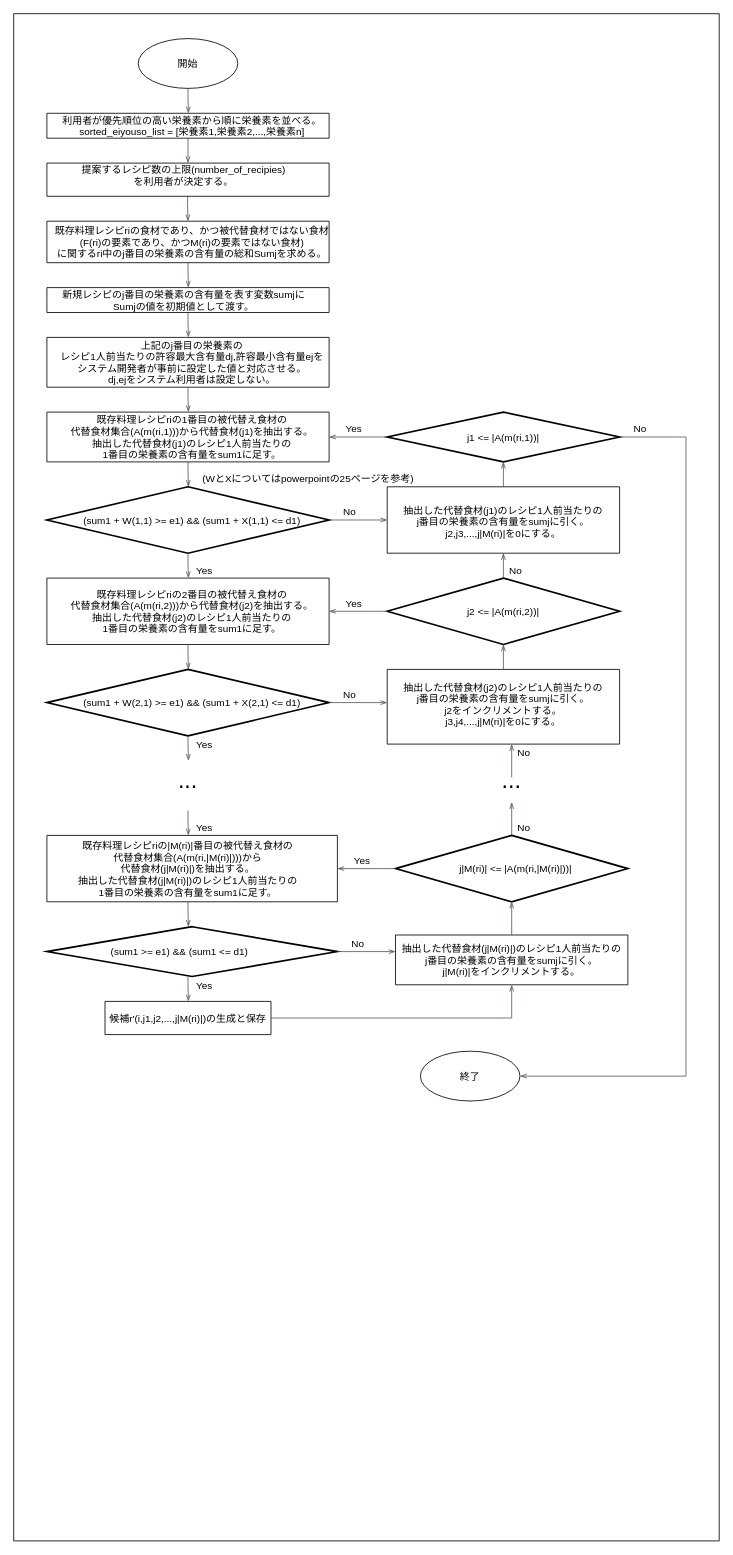
Above: 変更後のフロー図.drawio in jokertennis/github-flow-practice (draw.io), before the change. Source tidied: cells renumbered, new cells numbered last; positions are measured from the earlier drawing's top-left corner, leaving out a move shared by most shapes. Both pictures are drawn from the tidied source at 83%, with x=0, y=0 at pixel (13, 13).
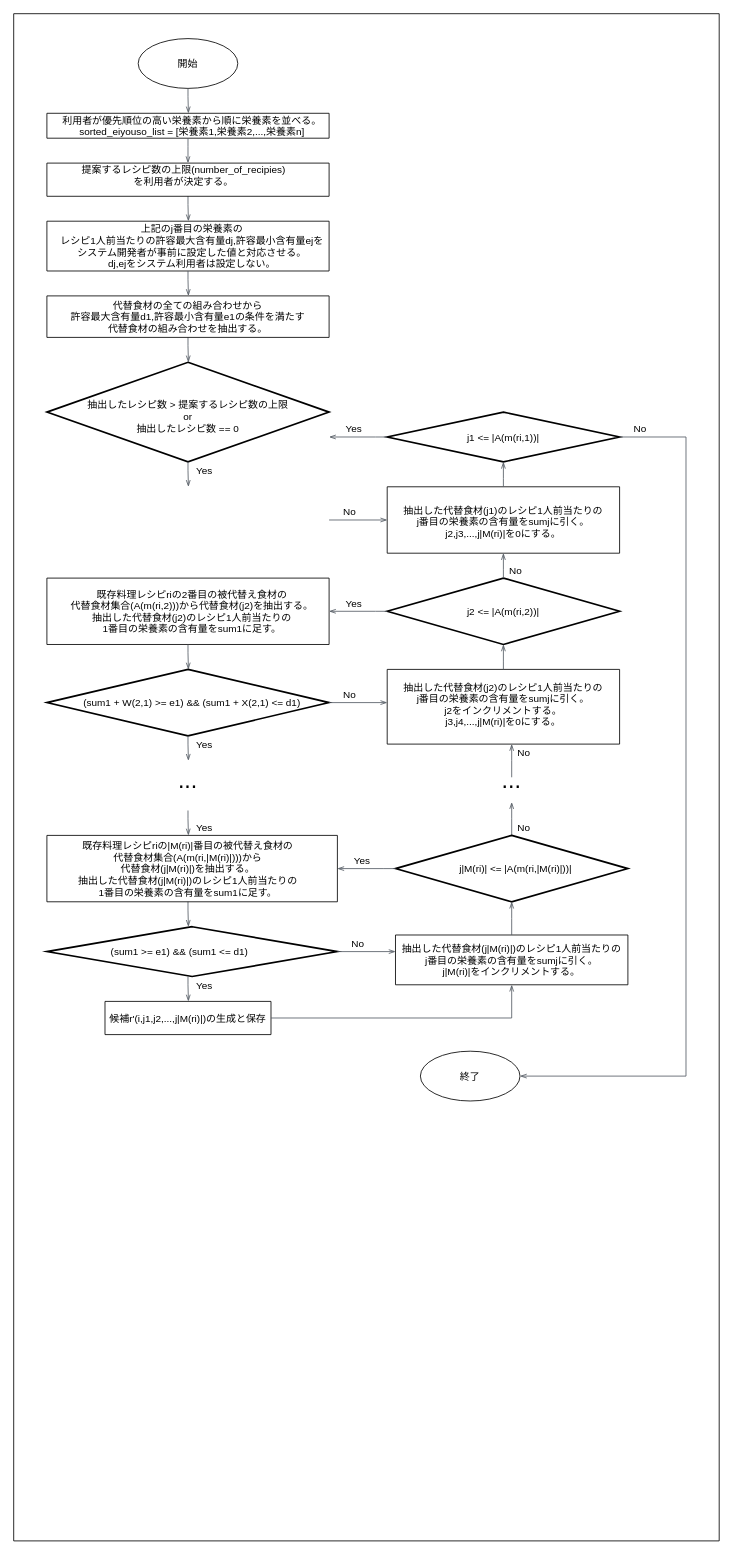
The same page after the edit.

Commit message:
Update 変更後のフロー図.drawio

Diff of the diagram source:
```diff
@@
-    <mxCell id="5" style="edgeStyle=orthogonalEdgeStyle;html=1;endArrow=openThin;elbow=vertical;startArrow=none;endFill=0;strokeColor=#545B64;rounded=0;" parent="1" edge="1">
-      <mxGeometry relative="1" as="geometry">
-        <mxPoint x="209.5" y="220" as="sourcePoint" />
-        <mxPoint x="210" y="250" as="targetPoint" />
-        <Array as="points">
-          <mxPoint x="210" y="230" />
-          <mxPoint x="210" y="230" />
-        </Array>
-      </mxGeometry>
-    </mxCell>
-    <mxCell id="6" style="verticalLabelPosition=bottom;verticalAlign=top;html=1;shape=mxgraph.basic.rect;fillColor2=none;strokeWidth=1;size=20;indent=5;rounded=0;labelBackgroundColor=#ffffff;sketch=0;fillColor=none;labelBorderColor=none;" parent="1" vertex="1">
-      <mxGeometry x="40" y="250" width="340" height="50" as="geometry" />
-    </mxCell>
-    <mxCell id="7" value="既存料理レシピriの食材であり、かつ被代替食材ではない食材&#10;(F(ri)の要素であり、かつM(ri)の要素ではない食材)&#10;に関するri中のj番目の栄養素の含有量の総和Sumjを求める。" style="text;align=center;verticalAlign=middle;" parent="1" vertex="1">
-      <mxGeometry x="40" y="250" width="350" height="50" as="geometry" />
-    </mxCell>
     <mxCell id="8" style="edgeStyle=orthogonalEdgeStyle;html=1;endArrow=openThin;elbow=vertical;startArrow=none;endFill=0;strokeColor=#545B64;rounded=0;" parent="1" edge="1">
       <mxGeometry relative="1" as="geometry">
-        <mxPoint x="210" y="540" as="sourcePoint" />
-        <mxPoint x="210.5" y="570" as="targetPoint" />
+        <mxPoint x="210" y="390" as="sourcePoint" />
+        <mxPoint x="210.5" y="420" as="targetPoint" />
         <Array as="points">
-          <mxPoint x="210" y="550" />
-          <mxPoint x="210" y="550" />
+          <mxPoint x="210" y="400" />
+          <mxPoint x="210" y="400" />
         </Array>
       </mxGeometry>
     </mxCell>
     <mxCell id="9" value="上記のj番目の栄養素の&#10;レシピ1人前当たりの許容最大含有量dj,許容最小含有量ejを&#10;システム開発者が事前に設定した値と対応させる。&#10;dj,ejをシステム利用者は設定しない。" style="text;align=center;verticalAlign=middle;" parent="1" vertex="1">
-      <mxGeometry x="50" y="390" width="330" height="60" as="geometry" />
+      <mxGeometry x="50" y="250" width="330" height="60" as="geometry" />
     </mxCell>
     <mxCell id="10" style="verticalLabelPosition=bottom;verticalAlign=top;html=1;shape=mxgraph.basic.rect;fillColor2=none;strokeWidth=1;size=20;indent=5;rounded=0;labelBackgroundColor=#ffffff;sketch=0;fillColor=none;labelBorderColor=none;" parent="1" vertex="1">
-      <mxGeometry x="40" y="390" width="340" height="60" as="geometry" />
+      <mxGeometry x="40" y="250" width="340" height="60" as="geometry" />
     </mxCell>
-    <mxCell id="11" value="新規レシピのj番目の栄養素の含有量を表す変数sumjに&#10;Sumjの値を初期値として渡す。" style="text;align=center;verticalAlign=middle;" parent="1" vertex="1">
-      <mxGeometry x="50" y="330" width="310" height="30" as="geometry" />
-    </mxCell>
-    <mxCell id="12" value="既存料理レシピriの1番目の被代替え食材の&#10;代替食材集合(A(m(ri,1)))から代替食材(j1)を抽出する。&#10;抽出した代替食材(j1)のレシピ1人前当たりの&#10;1番目の栄養素の含有量をsum1に足す。" style="text;align=center;verticalAlign=middle;" parent="1" vertex="1">
-      <mxGeometry x="60" y="480" width="310" height="60" as="geometry" />
+    <mxCell id="12" value="代替食材の全ての組み合わせから&#10;許容最大含有量d1,許容最小含有量e1の条件を満たす&#10;代替食材の組み合わせを抽出する。" style="text;align=center;verticalAlign=middle;" parent="1" vertex="1">
+      <mxGeometry x="60" y="340" width="300" height="50" as="geometry" />
     </mxCell>
     <mxCell id="13" style="verticalLabelPosition=bottom;verticalAlign=top;html=1;shape=mxgraph.basic.rect;fillColor2=none;strokeWidth=1;size=20;indent=5;rounded=0;labelBackgroundColor=#ffffff;sketch=0;fillColor=none;labelBorderColor=none;" parent="1" vertex="1">
-      <mxGeometry x="40" y="480" width="340" height="60" as="geometry" />
+      <mxGeometry x="40" y="340" width="340" height="50" as="geometry" />
     </mxCell>
     <mxCell id="14" style="strokeWidth=2;html=1;shape=mxgraph.flowchart.decision;whiteSpace=wrap;rounded=0;labelBackgroundColor=#ffffff;sketch=0;fillColor=none;" parent="1" vertex="1">
-      <mxGeometry x="40" y="570" width="340" height="80" as="geometry" />
+      <mxGeometry x="40" y="420" width="340" height="120" as="geometry" />
     </mxCell>
-    <mxCell id="15" value="(sum1 + W(1,1) &gt;= e1) &amp;&amp; (sum1 + X(1,1) &lt;= d1)" style="text;align=center;verticalAlign=middle;" parent="1" vertex="1">
-      <mxGeometry x="75" y="600" width="280" height="20" as="geometry" />
+    <mxCell id="15" value="抽出したレシピ数 &gt; 提案するレシピ数の上限&#10;or&#10;抽出したレシピ数 == 0" style="text;align=center;verticalAlign=middle;" parent="1" vertex="1">
+      <mxGeometry x="80" y="460" width="260" height="50" as="geometry" />
     </mxCell>
     <mxCell id="16" style="edgeStyle=orthogonalEdgeStyle;html=1;endArrow=openThin;elbow=vertical;startArrow=none;endFill=0;strokeColor=#545B64;rounded=0;" parent="1" edge="1">
       <mxGeometry relative="1" as="geometry">
-        <mxPoint x="210" y="650" as="sourcePoint" />
-        <mxPoint x="210.5" y="680" as="targetPoint" />
+        <mxPoint x="210" y="540" as="sourcePoint" />
+        <mxPoint x="210.5" y="570" as="targetPoint" />
         <Array as="points">
-          <mxPoint x="210" y="660" />
-          <mxPoint x="210" y="660" />
+          <mxPoint x="210" y="550" />
+          <mxPoint x="210" y="550" />
         </Array>
       </mxGeometry>
     </mxCell>
@@
-    <mxCell id="44" style="edgeStyle=orthogonalEdgeStyle;html=1;endArrow=openThin;elbow=vertical;startArrow=none;endFill=0;strokeColor=#545B64;rounded=0;" parent="1" edge="1">
-      <mxGeometry relative="1" as="geometry">
-        <mxPoint x="210" y="360" as="sourcePoint" />
-        <mxPoint x="210.5" y="390" as="targetPoint" />
-        <Array as="points">
-          <mxPoint x="210.5" y="370" />
-          <mxPoint x="210.5" y="370" />
-        </Array>
-      </mxGeometry>
-    </mxCell>
-    <mxCell id="45" value="(WとXについてはpowerpointの25ページを参考)" style="text;align=center;verticalAlign=middle;fontSize=12;" parent="1" vertex="1">
-      <mxGeometry x="220" y="550" width="270" height="20" as="geometry" />
-    </mxCell>
@@
     <mxCell id="51" value="Yes" style="text;align=center;verticalAlign=middle;fontSize=12;" parent="1" vertex="1">
-      <mxGeometry x="210" y="660" width="40" height="20" as="geometry" />
+      <mxGeometry x="210" y="540" width="40" height="20" as="geometry" />
     </mxCell>
@@
-    <mxCell id="81" style="verticalLabelPosition=bottom;verticalAlign=top;html=1;shape=mxgraph.basic.rect;fillColor2=none;strokeWidth=1;size=20;indent=5;rounded=0;labelBackgroundColor=#ffffff;sketch=0;fillColor=none;labelBorderColor=none;" parent="1" vertex="1">
-      <mxGeometry x="40" y="330" width="340" height="30" as="geometry" />
-    </mxCell>
@@
     <mxCell id="83" style="edgeStyle=orthogonalEdgeStyle;html=1;endArrow=openThin;elbow=vertical;startArrow=none;endFill=0;strokeColor=#545B64;rounded=0;" parent="1" edge="1">
       <mxGeometry relative="1" as="geometry">
-        <mxPoint x="210" y="300" as="sourcePoint" />
-        <mxPoint x="210.5" y="330" as="targetPoint" />
+        <mxPoint x="210" y="220" as="sourcePoint" />
+        <mxPoint x="210.5" y="250" as="targetPoint" />
         <Array as="points">
-          <mxPoint x="210.5" y="310" />
-          <mxPoint x="210.5" y="310" />
+          <mxPoint x="210.5" y="230" />
+          <mxPoint x="210.5" y="230" />
         </Array>
       </mxGeometry>
     </mxCell>
@@
     <mxCell id="86" style="edgeStyle=orthogonalEdgeStyle;html=1;endArrow=openThin;elbow=vertical;startArrow=none;endFill=0;strokeColor=#545B64;rounded=0;" parent="1" edge="1">
       <mxGeometry relative="1" as="geometry">
-        <mxPoint x="210" y="450" as="sourcePoint" />
-        <mxPoint x="210.5" y="480" as="targetPoint" />
+        <mxPoint x="210" y="310" as="sourcePoint" />
+        <mxPoint x="210.5" y="340" as="targetPoint" />
         <Array as="points">
-          <mxPoint x="210" y="460" />
-          <mxPoint x="210" y="460" />
+          <mxPoint x="210" y="320" />
+          <mxPoint x="210" y="320" />
         </Array>
       </mxGeometry>
     </mxCell>
```
